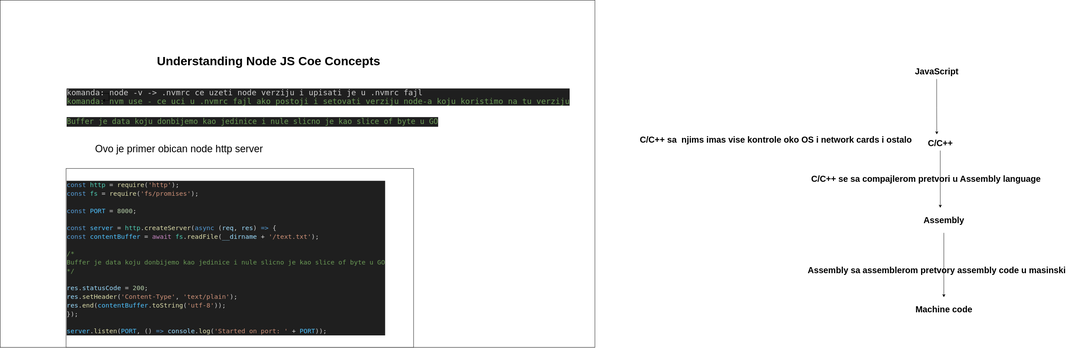
aleksandarLazic1998/node-js-core-concepts keeps this draw.io diagram as node-js-concepts.drawio.svg. Above is the earlier version. Source tidied: cells renumbered, new cells last; positions are measured from the earlier drawing's top-left corner, leaving out a move shared by most shapes. Source of this version:
```xml
<mxGraphModel>
  <root>
    <mxCell id="0" />
    <mxCell id="1" parent="0" />
    <mxCell id="2" value="&lt;div style=&quot;color: rgb(204, 204, 204); background-color: rgb(31, 31, 31); font-family: &amp;quot;Droid Sans Mono&amp;quot;, &amp;quot;monospace&amp;quot;, monospace; font-weight: normal; font-size: 22px; line-height: 24px;&quot;&gt;&lt;div&gt;komanda: node -v -&amp;gt; .nvmrc ce uzeti node verziju i upisati je u .nvmrc fajl&lt;/div&gt;&lt;div&gt;&lt;span style=&quot;color: #6a9955;&quot;&gt;komanda: nvm use - ce uci u .nvmrc fajl ako postoji i setovati verziju node-a koju koristimo na tu verziju&lt;/span&gt;&lt;/div&gt;&lt;/div&gt;" style="text;strokeColor=none;fillColor=none;html=1;fontSize=24;fontStyle=1;verticalAlign=middle;align=left;" parent="1" vertex="1">
      <mxGeometry x="184" y="250" width="100" height="40" as="geometry" />
    </mxCell>
    <mxCell id="3" value="&lt;div style=&quot;color: rgb(204, 204, 204); background-color: rgb(31, 31, 31); font-family: &amp;quot;Droid Sans Mono&amp;quot;, &amp;quot;monospace&amp;quot;, monospace; font-weight: normal; line-height: 24px;&quot;&gt;&lt;div style=&quot;&quot;&gt;&lt;span style=&quot;color: rgb(106, 153, 85);&quot;&gt;&lt;font style=&quot;font-size: 21px;&quot;&gt;Buffer je data koju donbijemo kao jedinice i nule slicno je kao slice of byte u GO&lt;/font&gt;&lt;/span&gt;&lt;/div&gt;&lt;/div&gt;" style="text;whiteSpace=wrap;html=1;" parent="1" vertex="1">
      <mxGeometry x="184" y="320" width="1060" height="70" as="geometry" />
    </mxCell>
    <mxCell id="4" value="&lt;div style=&quot;color: rgb(204, 204, 204); background-color: rgb(31, 31, 31); font-family: &amp;quot;Droid Sans Mono&amp;quot;, &amp;quot;monospace&amp;quot;, monospace; font-weight: normal; font-size: 18px; line-height: 24px;&quot;&gt;&lt;div&gt;&lt;span style=&quot;color: #569cd6;&quot;&gt;const&lt;/span&gt;&lt;span style=&quot;color: #cccccc;&quot;&gt; &lt;/span&gt;&lt;span style=&quot;color: #4ec9b0;&quot;&gt;http&lt;/span&gt;&lt;span style=&quot;color: #cccccc;&quot;&gt; &lt;/span&gt;&lt;span style=&quot;color: #d4d4d4;&quot;&gt;=&lt;/span&gt;&lt;span style=&quot;color: #cccccc;&quot;&gt; &lt;/span&gt;&lt;span style=&quot;color: #dcdcaa;&quot;&gt;require&lt;/span&gt;&lt;span style=&quot;color: #cccccc;&quot;&gt;(&lt;/span&gt;&lt;span style=&quot;color: #ce9178;&quot;&gt;'http'&lt;/span&gt;&lt;span style=&quot;color: #cccccc;&quot;&gt;);&lt;/span&gt;&lt;/div&gt;&lt;div&gt;&lt;span style=&quot;color: #569cd6;&quot;&gt;const&lt;/span&gt;&lt;span style=&quot;color: #cccccc;&quot;&gt; &lt;/span&gt;&lt;span style=&quot;color: #4ec9b0;&quot;&gt;fs&lt;/span&gt;&lt;span style=&quot;color: #cccccc;&quot;&gt; &lt;/span&gt;&lt;span style=&quot;color: #d4d4d4;&quot;&gt;=&lt;/span&gt;&lt;span style=&quot;color: #cccccc;&quot;&gt; &lt;/span&gt;&lt;span style=&quot;color: #dcdcaa;&quot;&gt;require&lt;/span&gt;&lt;span style=&quot;color: #cccccc;&quot;&gt;(&lt;/span&gt;&lt;span style=&quot;color: #ce9178;&quot;&gt;'fs/promises'&lt;/span&gt;&lt;span style=&quot;color: #cccccc;&quot;&gt;);&lt;/span&gt;&lt;/div&gt;&lt;br&gt;&lt;div&gt;&lt;span style=&quot;color: #569cd6;&quot;&gt;const&lt;/span&gt;&lt;span style=&quot;color: #cccccc;&quot;&gt; &lt;/span&gt;&lt;span style=&quot;color: #4fc1ff;&quot;&gt;PORT&lt;/span&gt;&lt;span style=&quot;color: #cccccc;&quot;&gt; &lt;/span&gt;&lt;span style=&quot;color: #d4d4d4;&quot;&gt;=&lt;/span&gt;&lt;span style=&quot;color: #cccccc;&quot;&gt; &lt;/span&gt;&lt;span style=&quot;color: #b5cea8;&quot;&gt;8000&lt;/span&gt;&lt;span style=&quot;color: #cccccc;&quot;&gt;;&lt;/span&gt;&lt;/div&gt;&lt;br&gt;&lt;div&gt;&lt;span style=&quot;color: #569cd6;&quot;&gt;const&lt;/span&gt;&lt;span style=&quot;color: #cccccc;&quot;&gt; &lt;/span&gt;&lt;span style=&quot;color: #4fc1ff;&quot;&gt;server&lt;/span&gt;&lt;span style=&quot;color: #cccccc;&quot;&gt; &lt;/span&gt;&lt;span style=&quot;color: #d4d4d4;&quot;&gt;=&lt;/span&gt;&lt;span style=&quot;color: #cccccc;&quot;&gt; &lt;/span&gt;&lt;span style=&quot;color: #4ec9b0;&quot;&gt;http&lt;/span&gt;&lt;span style=&quot;color: #cccccc;&quot;&gt;.&lt;/span&gt;&lt;span style=&quot;color: #dcdcaa;&quot;&gt;createServer&lt;/span&gt;&lt;span style=&quot;color: #cccccc;&quot;&gt;(&lt;/span&gt;&lt;span style=&quot;color: #569cd6;&quot;&gt;async&lt;/span&gt;&lt;span style=&quot;color: #cccccc;&quot;&gt; (&lt;/span&gt;&lt;span style=&quot;color: #9cdcfe;&quot;&gt;req&lt;/span&gt;&lt;span style=&quot;color: #cccccc;&quot;&gt;, &lt;/span&gt;&lt;span style=&quot;color: #9cdcfe;&quot;&gt;res&lt;/span&gt;&lt;span style=&quot;color: #cccccc;&quot;&gt;) &lt;/span&gt;&lt;span style=&quot;color: #569cd6;&quot;&gt;=&amp;gt;&lt;/span&gt;&lt;span style=&quot;color: #cccccc;&quot;&gt; {&lt;/span&gt;&lt;/div&gt;&lt;div&gt;&lt;span style=&quot;color: #cccccc;&quot;&gt;  &lt;/span&gt;&lt;span style=&quot;color: #569cd6;&quot;&gt;const&lt;/span&gt;&lt;span style=&quot;color: #cccccc;&quot;&gt; &lt;/span&gt;&lt;span style=&quot;color: #4fc1ff;&quot;&gt;contentBuffer&lt;/span&gt;&lt;span style=&quot;color: #cccccc;&quot;&gt; &lt;/span&gt;&lt;span style=&quot;color: #d4d4d4;&quot;&gt;=&lt;/span&gt;&lt;span style=&quot;color: #cccccc;&quot;&gt; &lt;/span&gt;&lt;span style=&quot;color: #c586c0;&quot;&gt;await&lt;/span&gt;&lt;span style=&quot;color: #cccccc;&quot;&gt; &lt;/span&gt;&lt;span style=&quot;color: #4ec9b0;&quot;&gt;fs&lt;/span&gt;&lt;span style=&quot;color: #cccccc;&quot;&gt;.&lt;/span&gt;&lt;span style=&quot;color: #dcdcaa;&quot;&gt;readFile&lt;/span&gt;&lt;span style=&quot;color: #cccccc;&quot;&gt;(&lt;/span&gt;&lt;span style=&quot;color: #9cdcfe;&quot;&gt;__dirname&lt;/span&gt;&lt;span style=&quot;color: #cccccc;&quot;&gt; &lt;/span&gt;&lt;span style=&quot;color: #d4d4d4;&quot;&gt;+&lt;/span&gt;&lt;span style=&quot;color: #cccccc;&quot;&gt; &lt;/span&gt;&lt;span style=&quot;color: #ce9178;&quot;&gt;'/text.txt'&lt;/span&gt;&lt;span style=&quot;color: #cccccc;&quot;&gt;);&lt;/span&gt;&lt;/div&gt;&lt;br&gt;&lt;div&gt;&lt;span style=&quot;color: #cccccc;&quot;&gt;  &lt;/span&gt;&lt;span style=&quot;color: #6a9955;&quot;&gt;/*&lt;/span&gt;&lt;/div&gt;&lt;div&gt;&lt;span style=&quot;color: #6a9955;&quot;&gt;  Buffer je data koju donbijemo kao jedinice i nule slicno je kao slice of byte u GO&lt;/span&gt;&lt;/div&gt;&lt;div&gt;&lt;span style=&quot;color: #6a9955;&quot;&gt;  */&lt;/span&gt;&lt;/div&gt;&lt;br&gt;&lt;div&gt;&lt;span style=&quot;color: #cccccc;&quot;&gt;  &lt;/span&gt;&lt;span style=&quot;color: #9cdcfe;&quot;&gt;res&lt;/span&gt;&lt;span style=&quot;color: #cccccc;&quot;&gt;.&lt;/span&gt;&lt;span style=&quot;color: #9cdcfe;&quot;&gt;statusCode&lt;/span&gt;&lt;span style=&quot;color: #cccccc;&quot;&gt; &lt;/span&gt;&lt;span style=&quot;color: #d4d4d4;&quot;&gt;=&lt;/span&gt;&lt;span style=&quot;color: #cccccc;&quot;&gt; &lt;/span&gt;&lt;span style=&quot;color: #b5cea8;&quot;&gt;200&lt;/span&gt;&lt;span style=&quot;color: #cccccc;&quot;&gt;;&lt;/span&gt;&lt;/div&gt;&lt;div&gt;&lt;span style=&quot;color: #cccccc;&quot;&gt;  &lt;/span&gt;&lt;span style=&quot;color: #9cdcfe;&quot;&gt;res&lt;/span&gt;&lt;span style=&quot;color: #cccccc;&quot;&gt;.&lt;/span&gt;&lt;span style=&quot;color: #dcdcaa;&quot;&gt;setHeader&lt;/span&gt;&lt;span style=&quot;color: #cccccc;&quot;&gt;(&lt;/span&gt;&lt;span style=&quot;color: #ce9178;&quot;&gt;'Content-Type'&lt;/span&gt;&lt;span style=&quot;color: #cccccc;&quot;&gt;, &lt;/span&gt;&lt;span style=&quot;color: #ce9178;&quot;&gt;'text/plain'&lt;/span&gt;&lt;span style=&quot;color: #cccccc;&quot;&gt;);&lt;/span&gt;&lt;/div&gt;&lt;div&gt;&lt;span style=&quot;color: #cccccc;&quot;&gt;  &lt;/span&gt;&lt;span style=&quot;color: #9cdcfe;&quot;&gt;res&lt;/span&gt;&lt;span style=&quot;color: #cccccc;&quot;&gt;.&lt;/span&gt;&lt;span style=&quot;color: #dcdcaa;&quot;&gt;end&lt;/span&gt;&lt;span style=&quot;color: #cccccc;&quot;&gt;(&lt;/span&gt;&lt;span style=&quot;color: #4fc1ff;&quot;&gt;contentBuffer&lt;/span&gt;&lt;span style=&quot;color: #cccccc;&quot;&gt;.&lt;/span&gt;&lt;span style=&quot;color: #dcdcaa;&quot;&gt;toString&lt;/span&gt;&lt;span style=&quot;color: #cccccc;&quot;&gt;(&lt;/span&gt;&lt;span style=&quot;color: #ce9178;&quot;&gt;'utf-8'&lt;/span&gt;&lt;span style=&quot;color: #cccccc;&quot;&gt;));&lt;/span&gt;&lt;/div&gt;&lt;div&gt;&lt;span style=&quot;color: #cccccc;&quot;&gt;});&lt;/span&gt;&lt;/div&gt;&lt;br&gt;&lt;div&gt;&lt;span style=&quot;color: #4fc1ff;&quot;&gt;server&lt;/span&gt;&lt;span style=&quot;color: #cccccc;&quot;&gt;.&lt;/span&gt;&lt;span style=&quot;color: #dcdcaa;&quot;&gt;listen&lt;/span&gt;&lt;span style=&quot;color: #cccccc;&quot;&gt;(&lt;/span&gt;&lt;span style=&quot;color: #4fc1ff;&quot;&gt;PORT&lt;/span&gt;&lt;span style=&quot;color: #cccccc;&quot;&gt;, () &lt;/span&gt;&lt;span style=&quot;color: #569cd6;&quot;&gt;=&amp;gt;&lt;/span&gt;&lt;span style=&quot;color: #cccccc;&quot;&gt; &lt;/span&gt;&lt;span style=&quot;color: #9cdcfe;&quot;&gt;console&lt;/span&gt;&lt;span style=&quot;color: #cccccc;&quot;&gt;.&lt;/span&gt;&lt;span style=&quot;color: #dcdcaa;&quot;&gt;log&lt;/span&gt;&lt;span style=&quot;color: #cccccc;&quot;&gt;(&lt;/span&gt;&lt;span style=&quot;color: #ce9178;&quot;&gt;'Started on port: '&lt;/span&gt;&lt;span style=&quot;color: #cccccc;&quot;&gt; &lt;/span&gt;&lt;span style=&quot;color: #d4d4d4;&quot;&gt;+&lt;/span&gt;&lt;span style=&quot;color: #cccccc;&quot;&gt; &lt;/span&gt;&lt;span style=&quot;color: #4fc1ff;&quot;&gt;PORT&lt;/span&gt;&lt;span style=&quot;color: #cccccc;&quot;&gt;));&lt;/span&gt;&lt;/div&gt;&lt;/div&gt;" style="rounded=0;whiteSpace=wrap;html=1;align=left;" parent="1" vertex="1">
      <mxGeometry x="184" y="470" width="970" height="500" as="geometry" />
    </mxCell>
    <mxCell id="5" value="&lt;font style=&quot;font-size: 28px;&quot;&gt;Ovo je primer obican node http server&lt;/font&gt;" style="text;html=1;align=center;verticalAlign=middle;strokeColor=none;fillColor=none;" parent="1" vertex="1">
      <mxGeometry x="254" y="390" width="490" height="50" as="geometry" />
    </mxCell>
    <mxCell id="6" style="edgeStyle=orthogonalEdgeStyle;rounded=0;orthogonalLoop=1;jettySize=auto;html=1;" parent="1" edge="1" source="2" target="2">
      <mxGeometry relative="1" as="geometry" />
    </mxCell>
    <mxCell id="7" value="&amp;nbsp;" style="rounded=0;whiteSpace=wrap;html=1;fillColor=none;" parent="1" vertex="1">
      <mxGeometry width="1660" height="970" as="geometry" />
    </mxCell>
    <mxCell id="8" value="Understanding Node JS Coe Concepts" style="text;strokeColor=none;fillColor=none;html=1;fontSize=34;fontStyle=1;verticalAlign=middle;align=center;" parent="1" vertex="1">
      <mxGeometry x="444" y="150" width="610" height="40" as="geometry" />
    </mxCell>
    <mxCell id="9" value="Machine code" style="text;strokeColor=none;fillColor=none;html=1;fontSize=24;fontStyle=1;verticalAlign=middle;align=center;" parent="1" vertex="1">
      <mxGeometry x="2554" y="830" width="160" height="70" as="geometry" />
    </mxCell>
    <mxCell id="10" style="edgeStyle=orthogonalEdgeStyle;rounded=0;jettySize=auto;html=1;" parent="1" edge="1" source="11" target="9">
      <mxGeometry relative="1" as="geometry" />
    </mxCell>
    <mxCell id="11" value="Assembly" style="text;strokeColor=none;fillColor=none;html=1;fontSize=24;fontStyle=1;verticalAlign=middle;align=center;" parent="1" vertex="1">
      <mxGeometry x="2564" y="580" width="140" height="70" as="geometry" />
    </mxCell>
    <mxCell id="12" style="edgeStyle=orthogonalEdgeStyle;rounded=0;jettySize=auto;html=1;entryX=0.429;entryY=0;entryDx=0;entryDy=0;entryPerimeter=0;" parent="1" edge="1" source="13" target="11">
      <mxGeometry relative="1" as="geometry" />
    </mxCell>
    <mxCell id="13" value="C/C++" style="text;strokeColor=none;fillColor=none;html=1;fontSize=24;fontStyle=1;verticalAlign=middle;align=center;" parent="1" vertex="1">
      <mxGeometry x="2574" y="380" width="100" height="40" as="geometry" />
    </mxCell>
    <mxCell id="14" style="edgeStyle=orthogonalEdgeStyle;rounded=0;jettySize=auto;html=1;entryX=0.403;entryY=-0.125;entryDx=0;entryDy=0;entryPerimeter=0;" parent="1" edge="1" source="15" target="13">
      <mxGeometry relative="1" as="geometry" />
    </mxCell>
    <mxCell id="15" value="JavaScript" style="text;strokeColor=none;fillColor=none;html=1;fontSize=24;fontStyle=1;verticalAlign=middle;align=center;" parent="1" vertex="1">
      <mxGeometry x="2564" y="180" width="100" height="40" as="geometry" />
    </mxCell>
    <mxCell id="16" value="Assembly sa assemblerom pretvory assembly code u masinski" style="text;strokeColor=none;fillColor=none;html=1;fontSize=24;fontStyle=1;verticalAlign=middle;align=center;" parent="1" vertex="1">
      <mxGeometry x="2234" y="700" width="760" height="110" as="geometry" />
    </mxCell>
    <mxCell id="17" value="C/C++ sa&amp;nbsp; njims imas vise kontrole oko OS i network cards i ostalo" style="text;strokeColor=none;fillColor=none;html=1;fontSize=24;fontStyle=1;verticalAlign=middle;align=left;" parent="1" vertex="1">
      <mxGeometry x="1784" y="310" width="770" height="160" as="geometry" />
    </mxCell>
    <mxCell id="18" value="C/C++ se sa compajlerom pretvori u Assembly language" style="text;strokeColor=none;fillColor=none;html=1;fontSize=24;fontStyle=1;verticalAlign=middle;align=center;" parent="1" vertex="1">
      <mxGeometry x="2264" y="480" width="640" height="40" as="geometry" />
    </mxCell>
  </root>
</mxGraphModel>
```
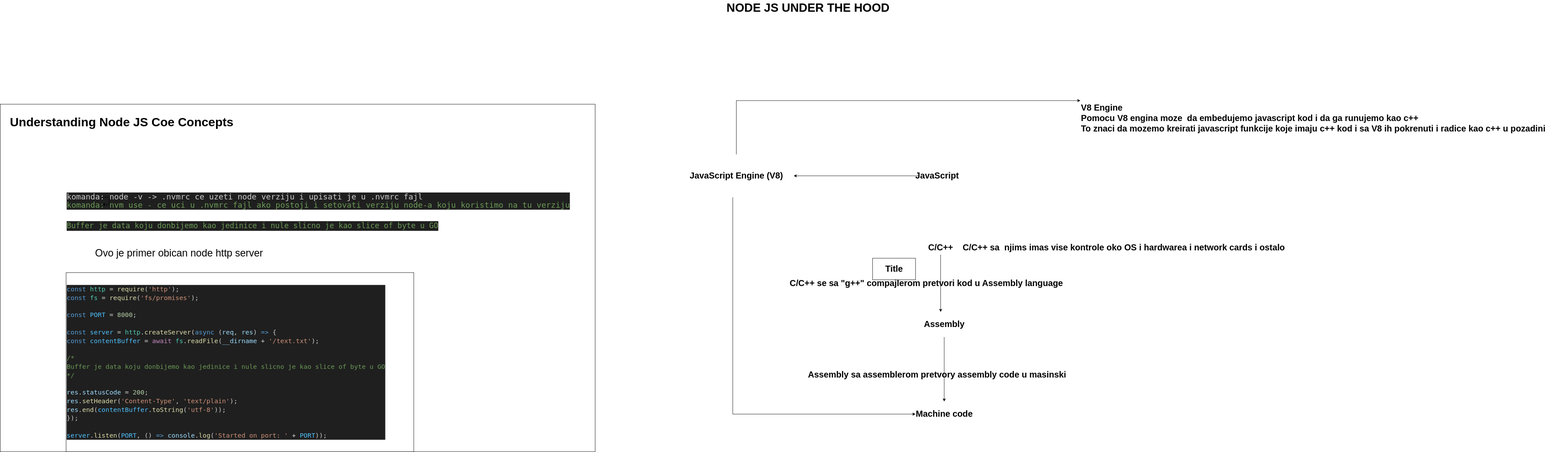
After the commit.

What changed in the source:
```diff
@@ -21,7 +21,7 @@
       <mxGeometry width="1660" height="970" as="geometry" />
     </mxCell>
     <mxCell id="8" value="Understanding Node JS Coe Concepts" style="text;strokeColor=none;fillColor=none;html=1;fontSize=34;fontStyle=1;verticalAlign=middle;align=center;" parent="1" vertex="1">
-      <mxGeometry x="444" y="150" width="610" height="40" as="geometry" />
+      <mxGeometry x="34" y="30" width="610" height="40" as="geometry" />
     </mxCell>
     <mxCell id="9" value="Machine code" style="text;strokeColor=none;fillColor=none;html=1;fontSize=24;fontStyle=1;verticalAlign=middle;align=center;" parent="1" vertex="1">
       <mxGeometry x="2554" y="830" width="160" height="70" as="geometry" />
@@ -38,7 +38,7 @@
     <mxCell id="13" value="C/C++" style="text;strokeColor=none;fillColor=none;html=1;fontSize=24;fontStyle=1;verticalAlign=middle;align=center;" parent="1" vertex="1">
       <mxGeometry x="2574" y="380" width="100" height="40" as="geometry" />
     </mxCell>
-    <mxCell id="14" style="edgeStyle=orthogonalEdgeStyle;rounded=0;jettySize=auto;html=1;entryX=0.403;entryY=-0.125;entryDx=0;entryDy=0;entryPerimeter=0;" parent="1" edge="1" source="15" target="13">
+    <mxCell id="14" style="edgeStyle=orthogonalEdgeStyle;rounded=0;jettySize=auto;html=1;" parent="1" edge="1" source="15" target="21">
       <mxGeometry relative="1" as="geometry" />
     </mxCell>
     <mxCell id="15" value="JavaScript" style="text;strokeColor=none;fillColor=none;html=1;fontSize=24;fontStyle=1;verticalAlign=middle;align=center;" parent="1" vertex="1">
@@ -47,11 +47,40 @@
     <mxCell id="16" value="Assembly sa assemblerom pretvory assembly code u masinski" style="text;strokeColor=none;fillColor=none;html=1;fontSize=24;fontStyle=1;verticalAlign=middle;align=center;" parent="1" vertex="1">
       <mxGeometry x="2234" y="700" width="760" height="110" as="geometry" />
     </mxCell>
-    <mxCell id="17" value="C/C++ sa&amp;nbsp; njims imas vise kontrole oko OS i network cards i ostalo" style="text;strokeColor=none;fillColor=none;html=1;fontSize=24;fontStyle=1;verticalAlign=middle;align=left;" parent="1" vertex="1">
-      <mxGeometry x="1784" y="310" width="770" height="160" as="geometry" />
+    <mxCell id="17" value="C/C++ sa&amp;nbsp; njims imas vise kontrole oko OS i hardwarea i network cards i ostalo" style="text;strokeColor=none;fillColor=none;html=1;fontSize=24;fontStyle=1;verticalAlign=middle;align=left;" parent="1" vertex="1">
+      <mxGeometry x="2684" y="320" width="770" height="160" as="geometry" />
     </mxCell>
-    <mxCell id="18" value="C/C++ se sa compajlerom pretvori u Assembly language" style="text;strokeColor=none;fillColor=none;html=1;fontSize=24;fontStyle=1;verticalAlign=middle;align=center;" parent="1" vertex="1">
+    <mxCell id="18" value="C/C++ se sa &quot;g++&quot; compajlerom pretvori kod u Assembly language" style="text;strokeColor=none;fillColor=none;html=1;fontSize=24;fontStyle=1;verticalAlign=middle;align=center;" parent="1" vertex="1">
       <mxGeometry x="2264" y="480" width="640" height="40" as="geometry" />
     </mxCell>
+    <mxCell id="19" style="edgeStyle=orthogonalEdgeStyle;rounded=0;jettySize=auto;html=1;entryX=0;entryY=0.5;entryDx=0;entryDy=0;" parent="1" edge="1" source="21" target="9">
+      <mxGeometry relative="1" as="geometry">
+        <Array as="points">
+          <mxPoint x="2044" y="865" />
+        </Array>
+      </mxGeometry>
+    </mxCell>
+    <mxCell id="20" style="edgeStyle=orthogonalEdgeStyle;rounded=0;jettySize=auto;html=1;entryX=0;entryY=0;entryDx=0;entryDy=0;" parent="1" edge="1" source="21" target="24">
+      <mxGeometry relative="1" as="geometry">
+        <Array as="points">
+          <mxPoint x="2054" y="-10" />
+        </Array>
+      </mxGeometry>
+    </mxCell>
+    <mxCell id="21" value="JavaScript Engine (V8)" style="text;strokeColor=none;fillColor=none;html=1;fontSize=24;fontStyle=1;verticalAlign=middle;align=center;" parent="1" vertex="1">
+      <mxGeometry x="1894" y="140" width="320" height="120" as="geometry" />
+    </mxCell>
+    <mxCell id="22" style="rounded=0;whiteSpace=wrap;html=1;" parent="1" vertex="1">
+      <mxGeometry x="2434" y="430" width="120" height="60" as="geometry" />
+    </mxCell>
+    <mxCell id="23" value="Title" style="text;strokeColor=none;fillColor=none;html=1;fontSize=24;fontStyle=1;verticalAlign=middle;align=center;" parent="1" vertex="1">
+      <mxGeometry x="2444" y="440" width="100" height="40" as="geometry" />
+    </mxCell>
+    <mxCell id="24" value="V8 Engine&lt;br&gt;Pomocu V8 engina moze&amp;nbsp; da embedujemo javascript kod i da ga runujemo kao c++&lt;br&gt;To znaci da mozemo kreirati javascript funkcije koje imaju c++ kod i sa V8 ih pokrenuti i radice kao c++ u pozadini" style="text;strokeColor=none;fillColor=none;html=1;fontSize=24;fontStyle=1;verticalAlign=top;align=left;horizontal=1;" parent="1" vertex="1">
+      <mxGeometry x="3014" y="-10" width="1360" height="130" as="geometry" />
+    </mxCell>
+    <mxCell id="25" value="NODE JS UNDER THE HOOD" style="text;strokeColor=none;fillColor=none;html=1;fontSize=33;fontStyle=1;verticalAlign=middle;align=center;" parent="1" vertex="1">
+      <mxGeometry x="2054" y="-290" width="400" height="40" as="geometry" />
+    </mxCell>
   </root>
 </mxGraphModel>
```
